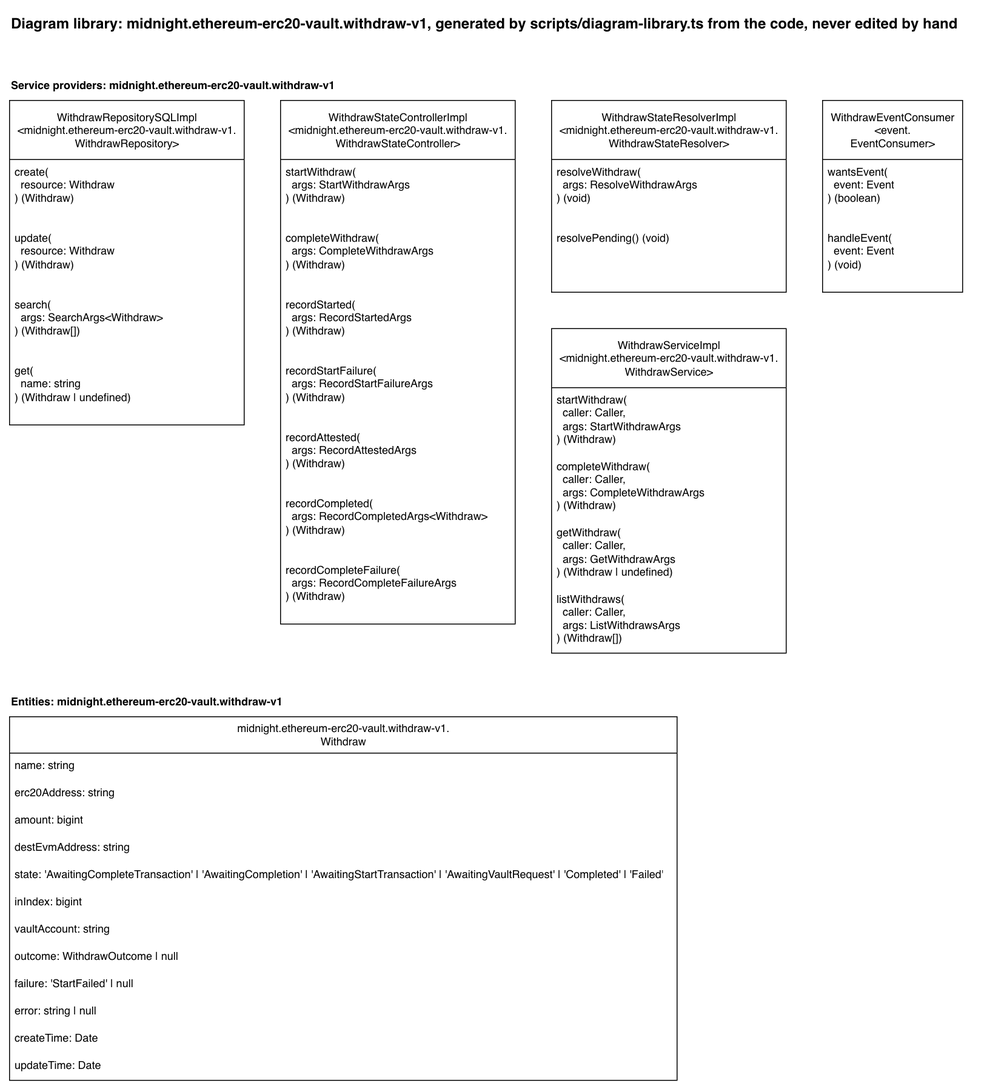
Above: docs/diagram-library/midnight/ethereum-erc20-vault/withdraw-v1/diagram-library.drawio.png in sig-net/full-stack-demo (draw.io), before the change. Source tidied: cells renumbered, new cells last; positions are measured from the earlier drawing's top-left corner, leaving out a move shared by most shapes.
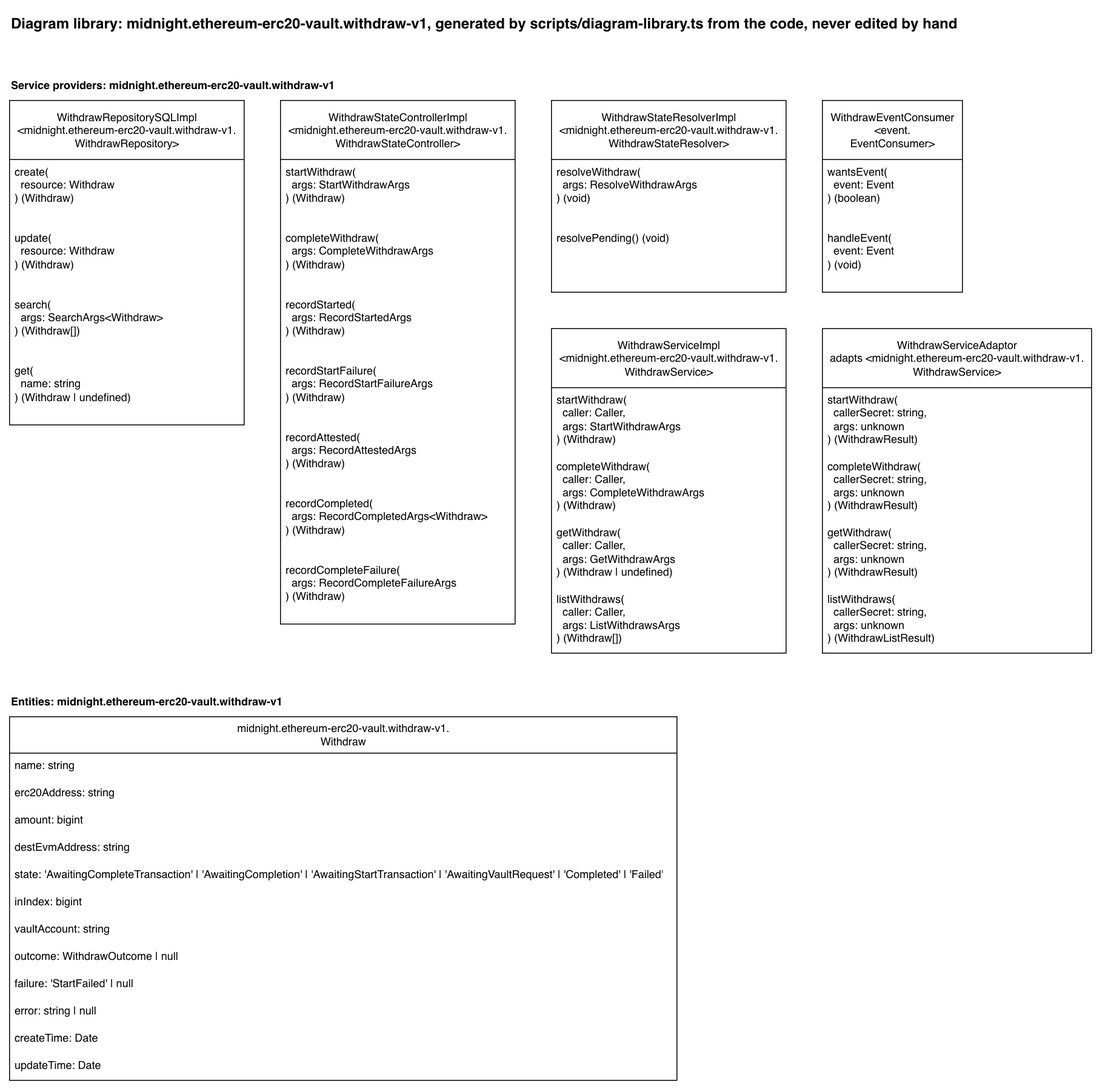
The same file after the commit.

What changed in the source:
```diff
@@ -80,6 +80,21 @@
     <mxCell id="27" value="handleEvent(&lt;br&gt;&amp;nbsp; event: Event&lt;br&gt;) (void)" style="text;strokeColor=none;fillColor=none;align=left;verticalAlign=top;spacingLeft=4;spacingRight=4;overflow=hidden;whiteSpace=wrap;html=1;" parent="25" vertex="1">
       <mxGeometry y="138" width="154" height="73" as="geometry" />
     </mxCell>
+    <mxCell id="42" value="WithdrawServiceAdaptor&lt;br&gt;adapts &amp;lt;midnight.ethereum-erc20-vault.withdraw-v1.&lt;br&gt;WithdrawService&amp;gt;" style="swimlane;fontStyle=0;horizontal=1;startSize=65;fillColor=default;html=1;fillStyle=solid;" parent="1" vertex="1">
+      <mxGeometry x="894" y="351" width="296" height="357" as="geometry" />
+    </mxCell>
+    <mxCell id="43" value="startWithdraw(&lt;br&gt;&amp;nbsp; callerSecret: string,&lt;br&gt;&amp;nbsp; args: unknown&lt;br&gt;) (WithdrawResult)" style="text;strokeColor=none;fillColor=none;align=left;verticalAlign=top;spacingLeft=4;spacingRight=4;overflow=hidden;whiteSpace=wrap;html=1;" parent="42" vertex="1">
+      <mxGeometry y="65" width="296" height="73" as="geometry" />
+    </mxCell>
+    <mxCell id="44" value="completeWithdraw(&lt;br&gt;&amp;nbsp; callerSecret: string,&lt;br&gt;&amp;nbsp; args: unknown&lt;br&gt;) (WithdrawResult)" style="text;strokeColor=none;fillColor=none;align=left;verticalAlign=top;spacingLeft=4;spacingRight=4;overflow=hidden;whiteSpace=wrap;html=1;" parent="42" vertex="1">
+      <mxGeometry y="138" width="296" height="73" as="geometry" />
+    </mxCell>
+    <mxCell id="45" value="getWithdraw(&lt;br&gt;&amp;nbsp; callerSecret: string,&lt;br&gt;&amp;nbsp; args: unknown&lt;br&gt;) (WithdrawResult)" style="text;strokeColor=none;fillColor=none;align=left;verticalAlign=top;spacingLeft=4;spacingRight=4;overflow=hidden;whiteSpace=wrap;html=1;" parent="42" vertex="1">
+      <mxGeometry y="211" width="296" height="73" as="geometry" />
+    </mxCell>
+    <mxCell id="46" value="listWithdraws(&lt;br&gt;&amp;nbsp; callerSecret: string,&lt;br&gt;&amp;nbsp; args: unknown&lt;br&gt;) (WithdrawListResult)" style="text;strokeColor=none;fillColor=none;align=left;verticalAlign=top;spacingLeft=4;spacingRight=4;overflow=hidden;whiteSpace=wrap;html=1;" parent="42" vertex="1">
+      <mxGeometry y="284" width="296" height="73" as="geometry" />
+    </mxCell>
     <mxCell id="28" value="Entities: midnight.ethereum-erc20-vault.withdraw-v1" style="text;html=1;fontStyle=1;" parent="1" vertex="1">
       <mxGeometry y="748" width="324" height="20" as="geometry" />
     </mxCell>
```
